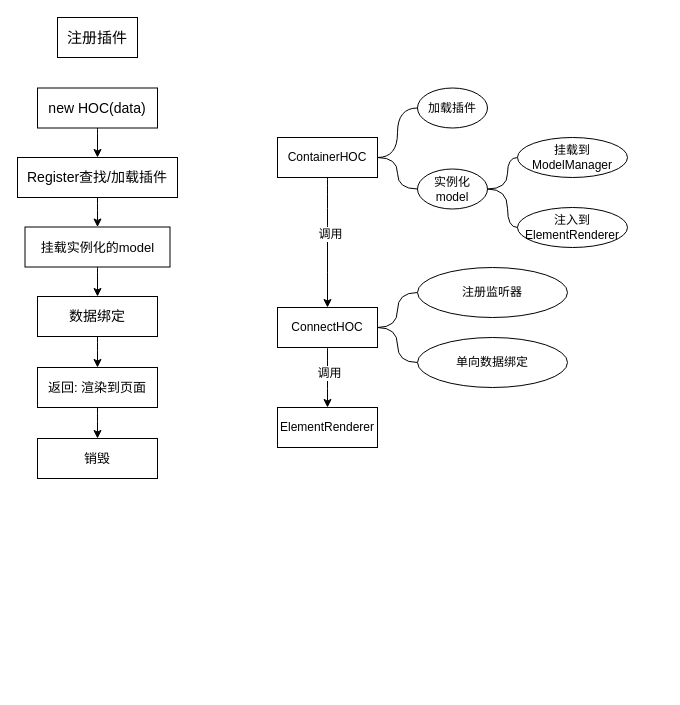
ShaojieLiu/Lab keeps this draw.io diagram as page "插件管理" (5 of 9) of whatsENOW.drawio. Above is the earlier version. Source tidied: cells renumbered, new cells numbered last; positions are measured from the earlier drawing's top-left corner, leaving out a move shared by most shapes. Both pictures are drawn from the tidied source at 100%, with x=0, y=0 at pixel (17, 17).
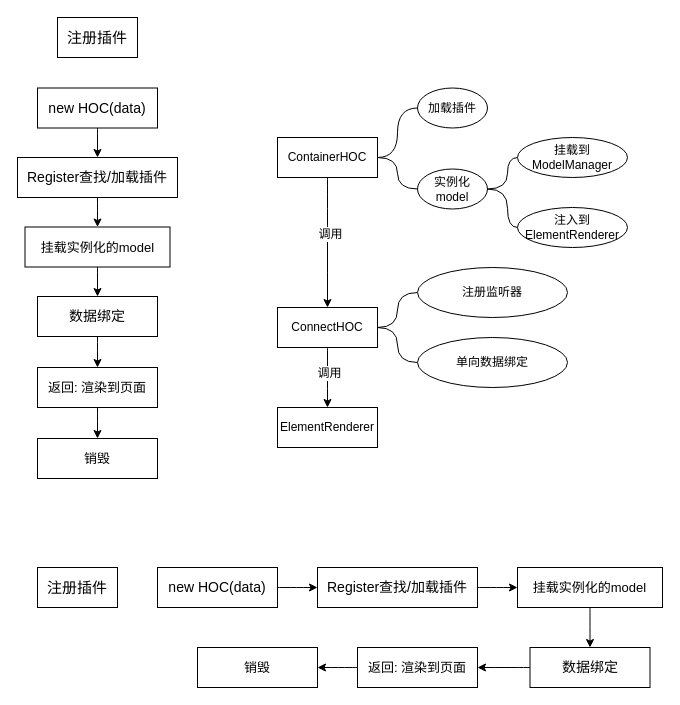
The same page after the edit.

The edit, as a diff of the source:
```diff
@@
+    <mxCell id="33" value="&lt;font style=&quot;font-size: 15px&quot;&gt;注册插件&lt;/font&gt;" style="rounded=0;whiteSpace=wrap;html=1;" parent="1" vertex="1">
+      <mxGeometry x="20" y="550" width="80" height="40" as="geometry" />
+    </mxCell>
+    <mxCell id="34" style="edgeStyle=orthogonalEdgeStyle;curved=1;rounded=0;jettySize=auto;html=1;exitX=1;exitY=0.5;exitDx=0;exitDy=0;entryX=0;entryY=0.5;entryDx=0;entryDy=0;endArrow=classic;endFill=1;fontSize=16;fontColor=#3333FF;" parent="1" edge="1" source="35" target="37">
+      <mxGeometry relative="1" as="geometry" />
+    </mxCell>
+    <mxCell id="35" value="&lt;font style=&quot;font-size: 14px&quot;&gt;new HOC(data)&lt;/font&gt;" style="rounded=0;whiteSpace=wrap;html=1;" parent="1" vertex="1">
+      <mxGeometry x="140" y="550" width="120" height="40" as="geometry" />
+    </mxCell>
+    <mxCell id="36" style="edgeStyle=orthogonalEdgeStyle;curved=1;rounded=0;jettySize=auto;html=1;exitX=1;exitY=0.5;exitDx=0;exitDy=0;entryX=0;entryY=0.5;entryDx=0;entryDy=0;endArrow=classic;endFill=1;fontSize=16;fontColor=#3333FF;" parent="1" edge="1" source="37" target="39">
+      <mxGeometry relative="1" as="geometry" />
+    </mxCell>
+    <mxCell id="37" value="&lt;font style=&quot;font-size: 14px&quot;&gt;Register查找/加载插件&lt;/font&gt;" style="rounded=0;whiteSpace=wrap;html=1;" parent="1" vertex="1">
+      <mxGeometry x="300" y="550" width="160" height="40" as="geometry" />
+    </mxCell>
+    <mxCell id="38" style="edgeStyle=orthogonalEdgeStyle;curved=1;rounded=0;jettySize=auto;html=1;exitX=0.5;exitY=1;exitDx=0;exitDy=0;entryX=0.5;entryY=0;entryDx=0;entryDy=0;endArrow=classic;endFill=1;fontSize=16;fontColor=#3333FF;" parent="1" edge="1" source="39" target="41">
+      <mxGeometry relative="1" as="geometry" />
+    </mxCell>
+    <mxCell id="39" value="&lt;font style=&quot;font-size: 13px&quot;&gt;挂载实例化的model&lt;/font&gt;" style="rounded=0;whiteSpace=wrap;html=1;" parent="1" vertex="1">
+      <mxGeometry x="500" y="550" width="145" height="40" as="geometry" />
+    </mxCell>
+    <mxCell id="40" style="edgeStyle=orthogonalEdgeStyle;curved=1;rounded=0;jettySize=auto;html=1;exitX=0;exitY=0.5;exitDx=0;exitDy=0;entryX=1;entryY=0.5;entryDx=0;entryDy=0;endArrow=classic;endFill=1;fontSize=16;fontColor=#3333FF;" parent="1" edge="1" source="41" target="43">
+      <mxGeometry relative="1" as="geometry" />
+    </mxCell>
+    <mxCell id="41" value="&lt;font style=&quot;font-size: 14px&quot;&gt;数据绑定&lt;/font&gt;" style="rounded=0;whiteSpace=wrap;html=1;" parent="1" vertex="1">
+      <mxGeometry x="512.5" y="630" width="120" height="40" as="geometry" />
+    </mxCell>
+    <mxCell id="42" style="edgeStyle=orthogonalEdgeStyle;curved=1;rounded=0;jettySize=auto;html=1;exitX=0;exitY=0.5;exitDx=0;exitDy=0;entryX=1;entryY=0.5;entryDx=0;entryDy=0;endArrow=classic;endFill=1;fontSize=16;fontColor=#3333FF;" parent="1" edge="1" source="43" target="44">
+      <mxGeometry relative="1" as="geometry" />
+    </mxCell>
+    <mxCell id="43" value="&lt;font style=&quot;font-size: 13px&quot;&gt;返回: 渲染到页面&lt;/font&gt;" style="rounded=0;whiteSpace=wrap;html=1;" parent="1" vertex="1">
+      <mxGeometry x="340" y="630" width="120" height="40" as="geometry" />
+    </mxCell>
+    <mxCell id="44" value="&lt;span style=&quot;font-size: 13px&quot;&gt;销毁&lt;/span&gt;" style="rounded=0;whiteSpace=wrap;html=1;" parent="1" vertex="1">
+      <mxGeometry x="180" y="630" width="120" height="40" as="geometry" />
+    </mxCell>
```
